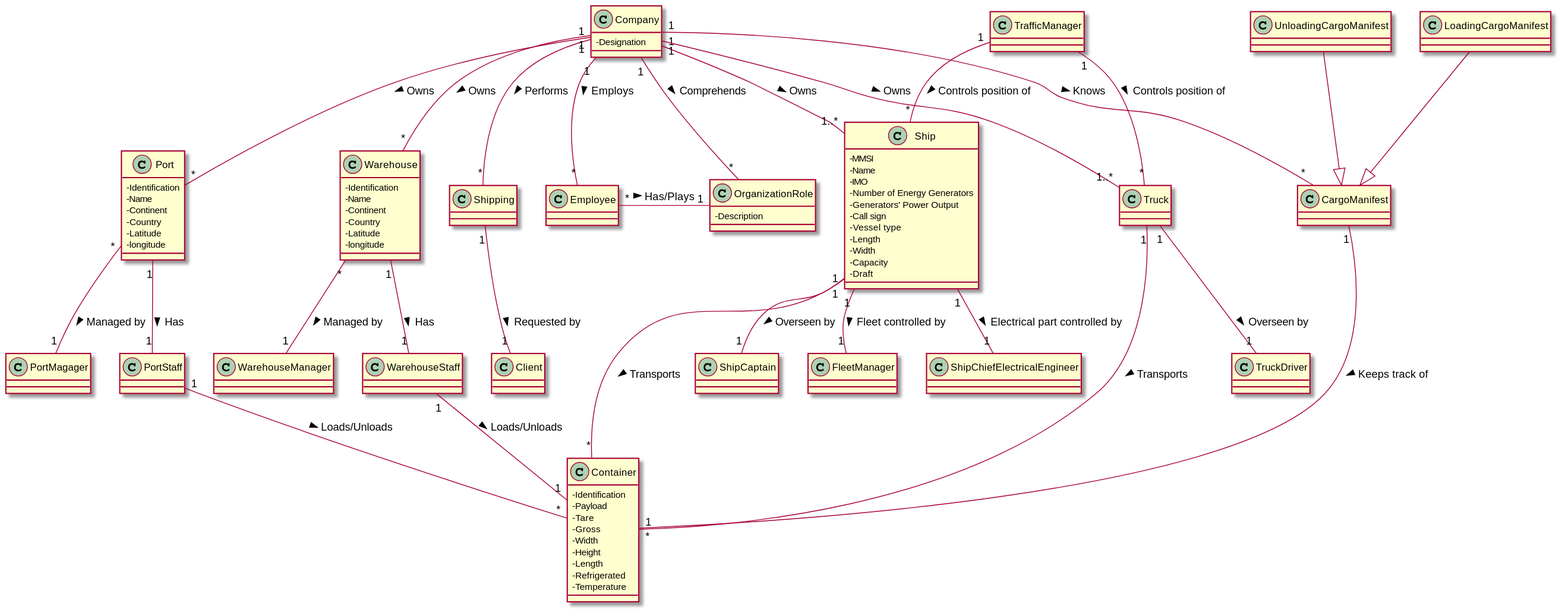
Earlier version of the PlantUML export docs/Sprint 1/Domain Model/DM.svg (1190772/LAB-Project-3).
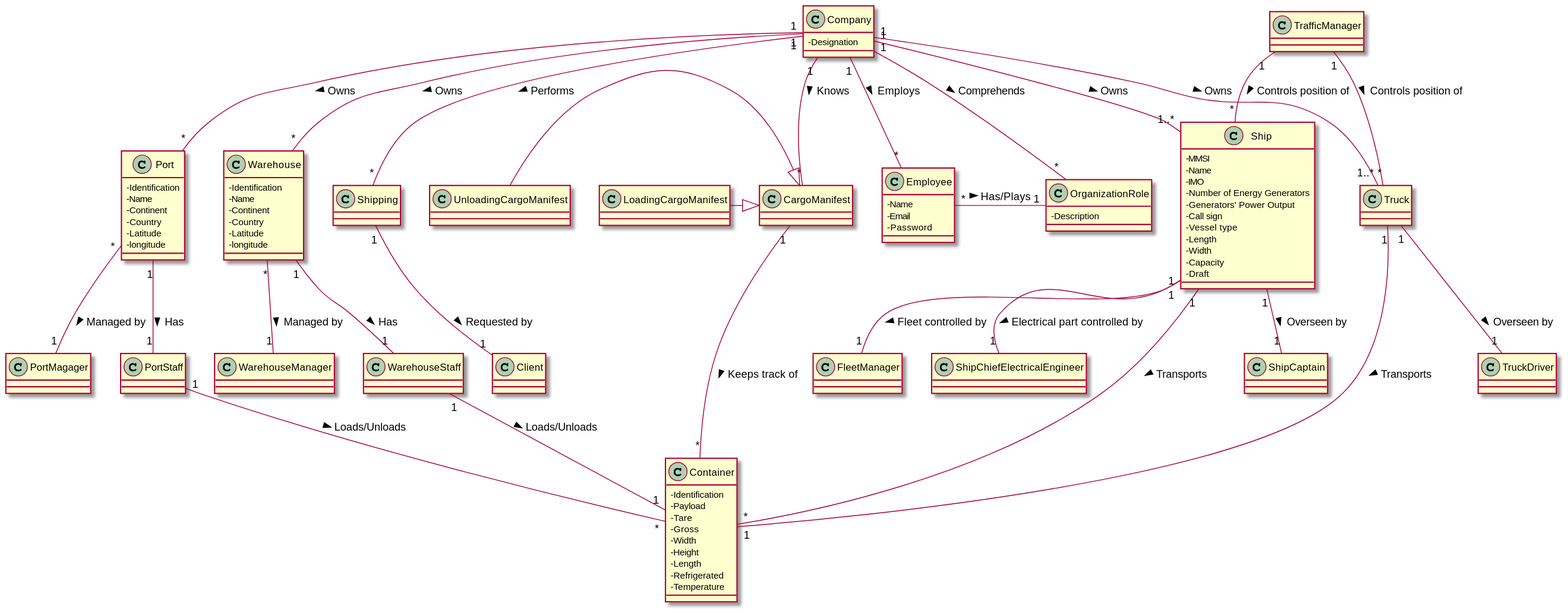
After the change.

Commit message:
Correções no Domain Model.

The edit, as a diff of the source:
```diff
@@ -54,7 +54,11 @@
 -longitude
 }
 
-class Employee
+class Employee {
+-Name
+-Email
+-Password
+}
 
 class OrganizationRole {
 -Description
@@ -108,8 +112,8 @@
 Truck "1" -- "1" Container : Transports >
 WarehouseStaff "1" -- "1" Container : Loads/Unloads >
 PortStaff "1" -- "*" Container : Loads/Unloads >
-UnloadingCargoManifest --|> CargoManifest
-LoadingCargoManifest --|> CargoManifest
+UnloadingCargoManifest -|> CargoManifest
+LoadingCargoManifest -|> CargoManifest
 CargoManifest "1" -- "*" Container : Keeps track of >
 
 @enduml
```
